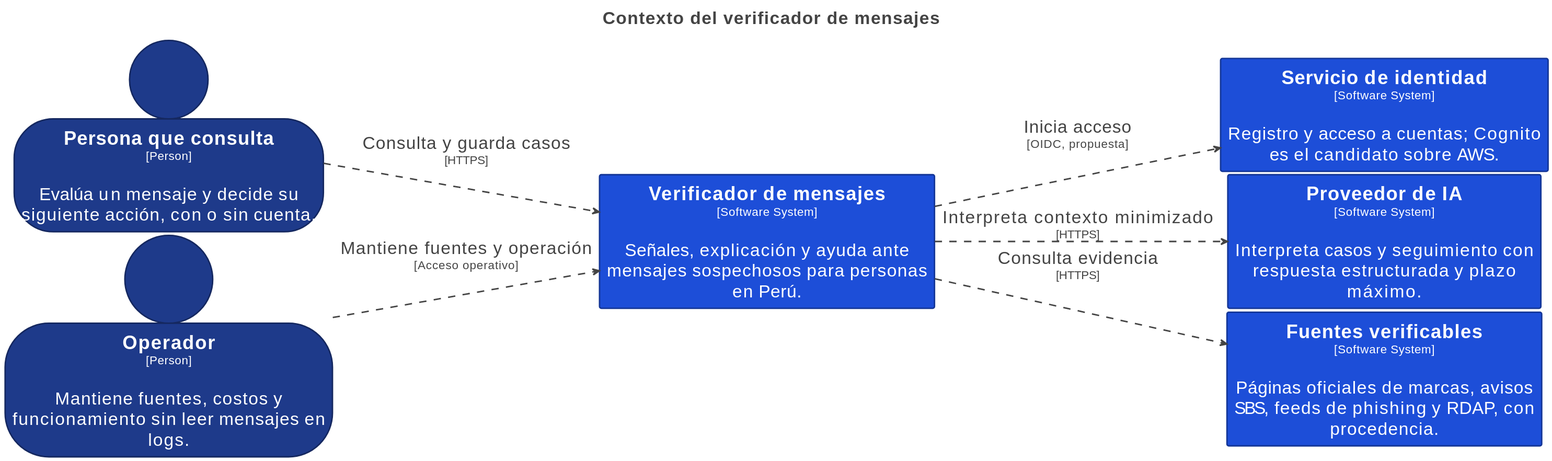
Before: docs/diagrams/rendered/structurizr-Context.svg, a diagram exported from PlantUML (deep-skill/everyday-trust).
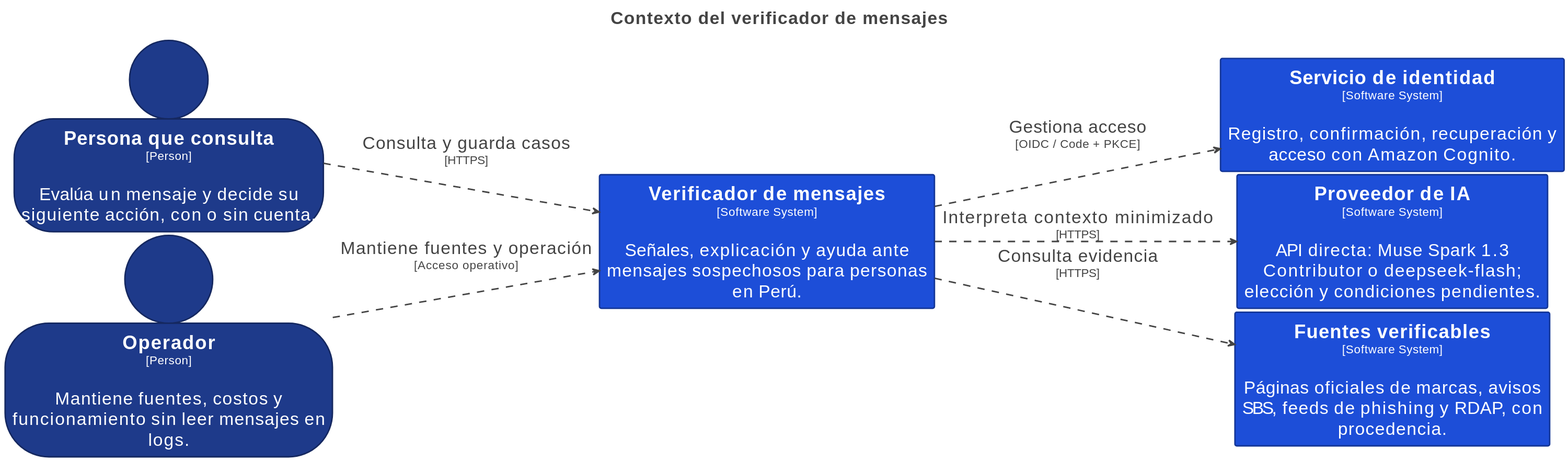
Above is the later version.

Change to the diagram source:
```diff
@@ -49,14 +49,14 @@
 
 person "==Persona que consulta\n<size:16>[Person]</size>\n\nEvalúa un mensaje y decide su siguiente acción, con o sin cuenta." <<Element-RWxlbWVudCxQZXJzb24=>> as Personaqueconsulta
 person "==Operador\n<size:16>[Person]</size>\n\nMantiene fuentes, costos y funcionamiento sin leer mensajes en logs." <<Element-RWxlbWVudCxQZXJzb24=>> as Operador
-rectangle "==Servicio de identidad\n<size:16>[Software System]</size>\n\nRegistro y acceso a cuentas; Cognito es el candidato sobre AWS." <<Element-RWxlbWVudCxTb2Z0d2FyZSBTeXN0ZW0=>> as Serviciodeidentidad
-rectangle "==Proveedor de IA\n<size:16>[Software System]</size>\n\nInterpreta casos y seguimiento con respuesta estructurada y plazo máximo." <<Element-RWxlbWVudCxTb2Z0d2FyZSBTeXN0ZW0=>> as ProveedordeIA
+rectangle "==Servicio de identidad\n<size:16>[Software System]</size>\n\nRegistro, confirmación, recuperación y acceso con Amazon Cognito." <<Element-RWxlbWVudCxTb2Z0d2FyZSBTeXN0ZW0=>> as Serviciodeidentidad
+rectangle "==Proveedor de IA\n<size:16>[Software System]</size>\n\nAPI directa: Muse Spark 1.3 Contributor o deepseek-flash; elección y condiciones pendientes." <<Element-RWxlbWVudCxTb2Z0d2FyZSBTeXN0ZW0=>> as ProveedordeIA
 rectangle "==Fuentes verificables\n<size:16>[Software System]</size>\n\nPáginas oficiales de marcas, avisos SBS, feeds de phishing y RDAP, con procedencia." <<Element-RWxlbWVudCxTb2Z0d2FyZSBTeXN0ZW0=>> as Fuentesverificables
 rectangle "==Verificador de mensajes\n<size:16>[Software System]</size>\n\nSeñales, explicación y ayuda ante mensajes sospechosos para personas en Perú." <<Element-RWxlbWVudCxTb2Z0d2FyZSBTeXN0ZW0=>> as Verificadordemensajes
 
 Personaqueconsulta --> Verificadordemensajes <<Relationship-UmVsYXRpb25zaGlw>> : "Consulta y guarda casos\n<size:16>[HTTPS]</size>"
 Operador --> Verificadordemensajes <<Relationship-UmVsYXRpb25zaGlw>> : "Mantiene fuentes y operación\n<size:16>[Acceso operativo]</size>"
-Verificadordemensajes --> Serviciodeidentidad <<Relationship-UmVsYXRpb25zaGlw>> : "Inicia acceso\n<size:16>[OIDC, propuesta]</size>"
+Verificadordemensajes --> Serviciodeidentidad <<Relationship-UmVsYXRpb25zaGlw>> : "Gestiona acceso\n<size:16>[OIDC / Code + PKCE]</size>"
 Verificadordemensajes --> ProveedordeIA <<Relationship-UmVsYXRpb25zaGlw>> : "Interpreta contexto minimizado\n<size:16>[HTTPS]</size>"
 Verificadordemensajes --> Fuentesverificables <<Relationship-UmVsYXRpb25zaGlw>> : "Consulta evidencia\n<size:16>[HTTPS]</size>"
 @enduml
```
